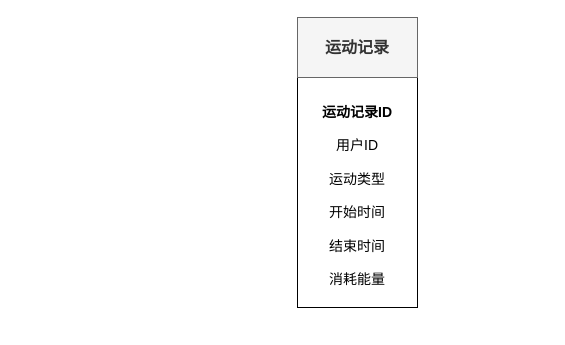
This is doc/assets/运动记录属性.drawio from heihei877/DB_HealthManagement, a draw.io file, before an edit. Source tidied: cells renumbered, new cells numbered last; positions are measured from the earlier drawing's top-left corner, leaving out a move shared by most shapes. Both pictures are drawn from the tidied source at 100%, with x=0, y=0 at pixel (297, 17).
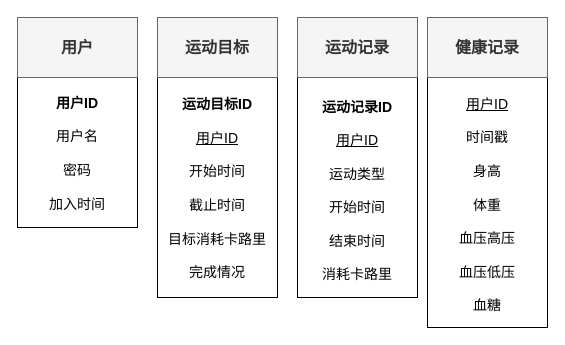
The same page after the edit.

The edit, as a diff of the source:
```diff
@@
 <mxGraphModel>
   <root>
     <mxCell id="0" />
     <mxCell id="1" parent="0" />
-    <mxCell id="2" value="&lt;div&gt;&lt;br&gt;&lt;/div&gt;&lt;div&gt;运动记录ID&lt;/div&gt;&lt;div&gt;&lt;br&gt;&lt;/div&gt;&lt;span style=&quot;font-weight: normal;&quot;&gt;用户ID&lt;/span&gt;&lt;div&gt;&lt;br&gt;&lt;div&gt;&lt;div&gt;&lt;span style=&quot;font-weight: 400;&quot;&gt;运动类型&lt;/span&gt;&lt;/div&gt;&lt;div&gt;&lt;span style=&quot;font-weight: normal;&quot;&gt;&lt;br&gt;&lt;/span&gt;&lt;/div&gt;&lt;div&gt;&lt;span style=&quot;font-weight: 400;&quot;&gt;开始时间&lt;/span&gt;&lt;/div&gt;&lt;div&gt;&lt;span style=&quot;font-weight: normal;&quot;&gt;&lt;br&gt;&lt;/span&gt;&lt;/div&gt;&lt;div&gt;&lt;span style=&quot;font-weight: 400;&quot;&gt;结束时间&lt;/span&gt;&lt;/div&gt;&lt;div&gt;&lt;span style=&quot;font-weight: normal;&quot;&gt;&lt;br&gt;&lt;/span&gt;&lt;/div&gt;&lt;div&gt;&lt;span style=&quot;font-weight: 400;&quot;&gt;消耗能量&lt;/span&gt;&lt;/div&gt;&lt;/div&gt;&lt;/div&gt;" style="rounded=0;whiteSpace=wrap;html=1;align=center;fontSize=14;fontStyle=1;spacing=2;spacingTop=-8;spacingBottom=3;" parent="1" vertex="1">
-      <mxGeometry y="60" width="120" height="230" as="geometry" />
+    <mxCell id="2" value="&lt;div&gt;&lt;br&gt;&lt;/div&gt;&lt;div&gt;运动记录ID&lt;/div&gt;&lt;div&gt;&lt;br&gt;&lt;/div&gt;&lt;span style=&quot;font-weight: normal;&quot;&gt;&lt;u&gt;用户ID&lt;/u&gt;&lt;/span&gt;&lt;div&gt;&lt;br&gt;&lt;div&gt;&lt;div&gt;&lt;span style=&quot;font-weight: 400;&quot;&gt;运动类型&lt;/span&gt;&lt;/div&gt;&lt;div&gt;&lt;span style=&quot;font-weight: normal;&quot;&gt;&lt;br&gt;&lt;/span&gt;&lt;/div&gt;&lt;div&gt;&lt;span style=&quot;font-weight: 400;&quot;&gt;开始时间&lt;/span&gt;&lt;/div&gt;&lt;div&gt;&lt;span style=&quot;font-weight: normal;&quot;&gt;&lt;br&gt;&lt;/span&gt;&lt;/div&gt;&lt;div&gt;&lt;span style=&quot;font-weight: 400;&quot;&gt;结束时间&lt;/span&gt;&lt;/div&gt;&lt;div&gt;&lt;span style=&quot;font-weight: normal;&quot;&gt;&lt;br&gt;&lt;/span&gt;&lt;/div&gt;&lt;div&gt;&lt;span style=&quot;font-weight: 400;&quot;&gt;消耗卡路里&lt;/span&gt;&lt;/div&gt;&lt;/div&gt;&lt;/div&gt;" style="rounded=0;whiteSpace=wrap;html=1;align=center;fontSize=14;fontStyle=1;spacing=2;spacingTop=-8;spacingBottom=3;" parent="1" vertex="1">
+      <mxGeometry y="60" width="120" height="220" as="geometry" />
     </mxCell>
     <mxCell id="3" value="运动记录" style="rounded=0;whiteSpace=wrap;html=1;fontSize=16;fillColor=#f5f5f5;fontColor=#333333;strokeColor=#666666;fontStyle=1;" parent="1" vertex="1">
       <mxGeometry width="120" height="60" as="geometry" />
     </mxCell>
+    <mxCell id="4" value="用户ID&lt;div&gt;&lt;span style=&quot;font-weight: normal;&quot;&gt;&lt;br&gt;&lt;/span&gt;&lt;/div&gt;&lt;div&gt;&lt;span style=&quot;font-weight: normal;&quot;&gt;用户名&lt;/span&gt;&lt;/div&gt;&lt;div&gt;&lt;div&gt;&lt;span style=&quot;font-weight: normal;&quot;&gt;&lt;br&gt;&lt;/span&gt;&lt;/div&gt;&lt;div&gt;&lt;span style=&quot;font-weight: normal;&quot;&gt;密码&lt;/span&gt;&lt;/div&gt;&lt;div&gt;&lt;span style=&quot;font-weight: normal;&quot;&gt;&lt;br&gt;&lt;/span&gt;&lt;/div&gt;&lt;div&gt;&lt;span style=&quot;font-weight: 400;&quot;&gt;加入时间&lt;/span&gt;&lt;/div&gt;&lt;/div&gt;" style="rounded=0;whiteSpace=wrap;html=1;align=center;fontSize=14;fontStyle=1;spacing=2;spacingTop=1;spacingBottom=0;" parent="1" vertex="1">
+      <mxGeometry x="-280" y="60" width="120" height="150" as="geometry" />
+    </mxCell>
+    <mxCell id="5" value="用户" style="rounded=0;whiteSpace=wrap;html=1;fontSize=16;fillColor=#f5f5f5;fontColor=#333333;strokeColor=#666666;fontStyle=1;" parent="1" vertex="1">
+      <mxGeometry x="-280" width="120" height="60" as="geometry" />
+    </mxCell>
+    <mxCell id="6" value="&lt;div&gt;&lt;br&gt;&lt;/div&gt;&lt;span style=&quot;font-weight: normal;&quot;&gt;&lt;u&gt;用户ID&lt;/u&gt;&lt;/span&gt;&lt;div&gt;&lt;span style=&quot;font-weight: normal;&quot;&gt;&lt;br&gt;&lt;/span&gt;&lt;/div&gt;&lt;div&gt;&lt;div&gt;&lt;span style=&quot;font-weight: normal;&quot;&gt;时间戳&lt;/span&gt;&lt;/div&gt;&lt;/div&gt;&lt;div&gt;&lt;span style=&quot;font-weight: normal;&quot;&gt;&lt;br&gt;&lt;/span&gt;&lt;div&gt;&lt;div&gt;&lt;span style=&quot;font-weight: normal;&quot;&gt;身高&lt;/span&gt;&lt;/div&gt;&lt;div&gt;&lt;span style=&quot;font-weight: normal;&quot;&gt;&lt;br&gt;&lt;/span&gt;&lt;/div&gt;&lt;div&gt;&lt;span style=&quot;font-weight: normal;&quot;&gt;体重&lt;/span&gt;&lt;/div&gt;&lt;div&gt;&lt;span style=&quot;font-weight: normal;&quot;&gt;&lt;br&gt;&lt;/span&gt;&lt;/div&gt;&lt;div&gt;&lt;span style=&quot;font-weight: normal;&quot;&gt;血压高压&lt;/span&gt;&lt;/div&gt;&lt;/div&gt;&lt;/div&gt;&lt;div&gt;&lt;span style=&quot;font-weight: normal;&quot;&gt;&lt;br&gt;&lt;/span&gt;&lt;/div&gt;&lt;div&gt;&lt;span style=&quot;font-weight: normal;&quot;&gt;血压低压&lt;/span&gt;&lt;/div&gt;&lt;div&gt;&lt;span style=&quot;font-weight: normal;&quot;&gt;&lt;br&gt;&lt;/span&gt;&lt;/div&gt;&lt;div&gt;&lt;span style=&quot;font-weight: normal;&quot;&gt;血糖&lt;/span&gt;&lt;/div&gt;" style="rounded=0;whiteSpace=wrap;html=1;align=center;fontSize=14;fontStyle=1;spacing=2;spacingTop=-13;spacingBottom=0;" parent="1" vertex="1">
+      <mxGeometry x="130" y="60" width="120" height="250" as="geometry" />
+    </mxCell>
+    <mxCell id="7" value="健康记录" style="rounded=0;whiteSpace=wrap;html=1;fontSize=16;fillColor=#f5f5f5;fontColor=#333333;strokeColor=#666666;fontStyle=1;" parent="1" vertex="1">
+      <mxGeometry x="130" width="120" height="60" as="geometry" />
+    </mxCell>
+    <mxCell id="8" value="&lt;div&gt;&lt;span style=&quot;background-color: initial;&quot;&gt;运动目标ID&lt;/span&gt;&lt;br&gt;&lt;/div&gt;&lt;span style=&quot;font-weight: normal;&quot;&gt;&lt;div&gt;&lt;span style=&quot;font-weight: normal;&quot;&gt;&lt;br&gt;&lt;/span&gt;&lt;/div&gt;&lt;u&gt;用户ID&lt;/u&gt;&lt;/span&gt;&lt;div&gt;&lt;br&gt;&lt;div&gt;&lt;div&gt;&lt;span style=&quot;font-weight: 400;&quot;&gt;开始时间&lt;/span&gt;&lt;/div&gt;&lt;div&gt;&lt;span style=&quot;font-weight: normal;&quot;&gt;&lt;br&gt;&lt;/span&gt;&lt;/div&gt;&lt;div&gt;&lt;span style=&quot;font-weight: 400;&quot;&gt;截止时间&lt;/span&gt;&lt;/div&gt;&lt;div&gt;&lt;span style=&quot;font-weight: normal;&quot;&gt;&lt;br&gt;&lt;/span&gt;&lt;/div&gt;&lt;div&gt;&lt;span style=&quot;font-weight: 400;&quot;&gt;目标消耗卡路里&lt;/span&gt;&lt;/div&gt;&lt;/div&gt;&lt;/div&gt;&lt;div&gt;&lt;span style=&quot;font-weight: 400;&quot;&gt;&lt;br&gt;&lt;/span&gt;&lt;/div&gt;&lt;div&gt;&lt;span style=&quot;font-weight: 400;&quot;&gt;完成情况&lt;/span&gt;&lt;/div&gt;" style="rounded=0;whiteSpace=wrap;html=1;align=center;fontSize=14;fontStyle=1;spacing=2;spacingTop=1;spacingBottom=0;" parent="1" vertex="1">
+      <mxGeometry x="-140" y="60" width="120" height="220" as="geometry" />
+    </mxCell>
+    <mxCell id="9" value="运动目标" style="rounded=0;whiteSpace=wrap;html=1;fontSize=16;fillColor=#f5f5f5;fontColor=#333333;strokeColor=#666666;fontStyle=1;" parent="1" vertex="1">
+      <mxGeometry x="-140" width="120" height="60" as="geometry" />
+    </mxCell>
   </root>
 </mxGraphModel>
```
